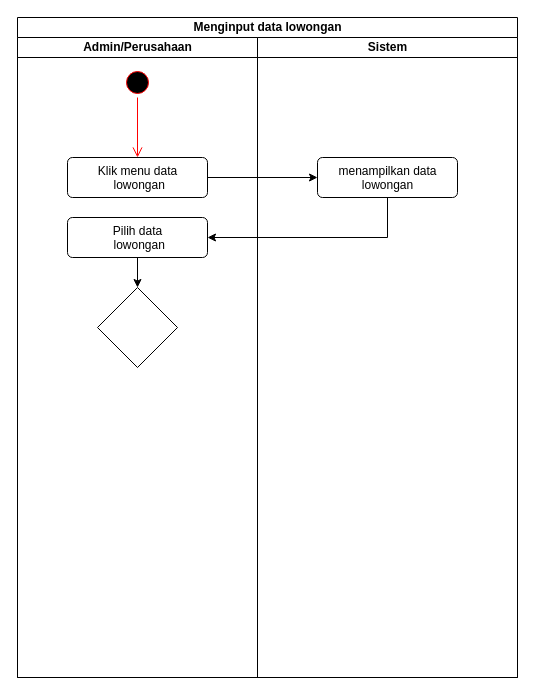
This is Untitled Diagram.drawio from rusdianto05/dianrusdianto.github.io, a draw.io file, before an edit. Source tidied: cells renumbered, new cells numbered last; positions are measured from the earlier drawing's top-left corner, leaving out a move shared by most shapes. Both pictures are drawn from the tidied source at 100%, with x=0, y=0 at pixel (17, 17).
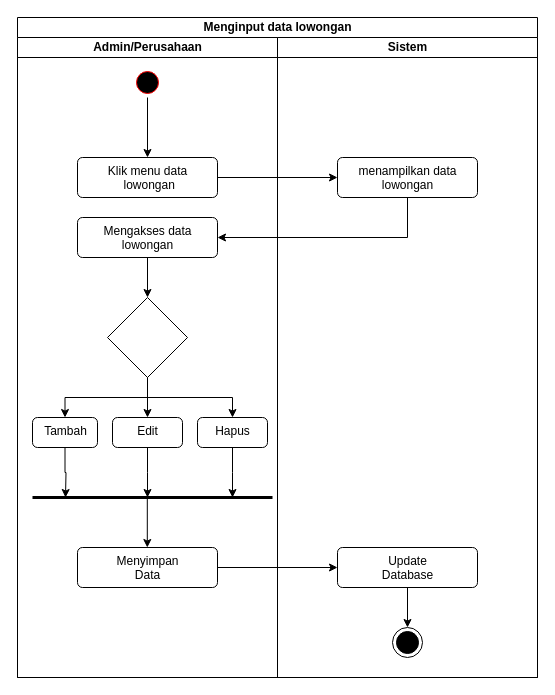
The same diagram, later.

Commit message:
Activity Diagram Lowongan

Unchanged cells that the change refers to:
```xml
<mxCell id="11" value="menampilkan data&lt;br&gt;lowongan" style="html=1;align=center;verticalAlign=top;rounded=1;absoluteArcSize=1;arcSize=10;dashed=0;" parent="10" vertex="1">
  <mxGeometry x="60" y="120" width="140" height="40" as="geometry" />
</mxCell>
```

Change to the diagram source:
```diff
@@
     <mxCell id="2" value="Menginput data lowongan" style="swimlane;startSize=20;html=1;" parent="1" vertex="1">
-      <mxGeometry width="500" height="660" as="geometry" />
+      <mxGeometry width="520" height="660" as="geometry" />
     </mxCell>
+    <mxCell id="12" style="edgeStyle=orthogonalEdgeStyle;rounded=0;jettySize=auto;html=1;exitX=1;exitY=0.5;exitDx=0;exitDy=0;entryX=0;entryY=0.5;entryDx=0;entryDy=0;" parent="2" edge="1" source="6" target="11">
+      <mxGeometry relative="1" as="geometry" />
+    </mxCell>
+    <mxCell id="13" style="edgeStyle=orthogonalEdgeStyle;rounded=0;jettySize=auto;html=1;exitX=0.5;exitY=1;exitDx=0;exitDy=0;entryX=1;entryY=0.5;entryDx=0;entryDy=0;" parent="2" edge="1" source="11" target="8">
+      <mxGeometry relative="1" as="geometry" />
+    </mxCell>
     <mxCell id="3" value="Admin/Perusahaan" style="swimlane;startSize=20;html=1;" parent="2" vertex="1">
-      <mxGeometry y="20" width="240" height="640" as="geometry" />
+      <mxGeometry y="20" width="260" height="640" as="geometry" />
     </mxCell>
+    <mxCell id="5" style="edgeStyle=orthogonalEdgeStyle;rounded=0;jettySize=auto;html=1;" parent="3" edge="1" source="4" target="6">
+      <mxGeometry relative="1" as="geometry" />
+    </mxCell>
     <mxCell id="4" style="ellipse;html=1;shape=startState;fillColor=#000000;strokeColor=#ff0000;" parent="3" vertex="1">
-      <mxGeometry x="105" y="30" width="30" height="30" as="geometry" />
+      <mxGeometry x="115" y="30" width="30" height="30" as="geometry" />
     </mxCell>
-    <mxCell id="5" style="edgeStyle=orthogonalEdgeStyle;html=1;verticalAlign=bottom;endArrow=open;endSize=8;strokeColor=#ff0000;rounded=0;entryX=0.5;entryY=0;entryDx=0;entryDy=0;" parent="3" edge="1" source="4" target="6">
-      <mxGeometry relative="1" as="geometry">
-        <Array as="points">
-          <mxPoint x="120" y="121" />
-        </Array>
-      </mxGeometry>
-    </mxCell>
     <mxCell id="6" value="Klik menu data&lt;br&gt;&amp;nbsp;lowongan" style="html=1;align=center;verticalAlign=top;rounded=1;absoluteArcSize=1;arcSize=10;dashed=0;" parent="3" vertex="1">
-      <mxGeometry x="50" y="120" width="140" height="40" as="geometry" />
+      <mxGeometry x="60" y="120" width="140" height="40" as="geometry" />
     </mxCell>
@@
-    <mxCell id="8" value="Pilih data&lt;br&gt;&amp;nbsp;lowongan" style="html=1;align=center;verticalAlign=top;rounded=1;absoluteArcSize=1;arcSize=10;dashed=0;" parent="3" vertex="1">
-      <mxGeometry x="50" y="180" width="140" height="40" as="geometry" />
+    <mxCell id="8" value="Mengakses data&lt;br&gt;lowongan" style="html=1;align=center;verticalAlign=top;rounded=1;absoluteArcSize=1;arcSize=10;dashed=0;" parent="3" vertex="1">
+      <mxGeometry x="60" y="180" width="140" height="40" as="geometry" />
     </mxCell>
+    <mxCell id="14" style="edgeStyle=orthogonalEdgeStyle;rounded=0;jettySize=auto;html=1;exitX=0.5;exitY=1;exitDx=0;exitDy=0;entryX=0.5;entryY=0;entryDx=0;entryDy=0;" parent="3" edge="1" source="9" target="18">
+      <mxGeometry relative="1" as="geometry" />
+    </mxCell>
+    <mxCell id="15" style="edgeStyle=orthogonalEdgeStyle;rounded=0;jettySize=auto;html=1;exitX=0.5;exitY=1;exitDx=0;exitDy=0;entryX=0.5;entryY=0;entryDx=0;entryDy=0;" parent="3" edge="1" source="9" target="17">
+      <mxGeometry relative="1" as="geometry" />
+    </mxCell>
+    <mxCell id="16" style="edgeStyle=orthogonalEdgeStyle;rounded=0;jettySize=auto;html=1;exitX=0.5;exitY=1;exitDx=0;exitDy=0;entryX=0.5;entryY=0;entryDx=0;entryDy=0;" parent="3" edge="1" source="9" target="19">
+      <mxGeometry relative="1" as="geometry" />
+    </mxCell>
     <mxCell id="9" style="rhombus;whiteSpace=wrap;html=1;" parent="3" vertex="1">
-      <mxGeometry x="80" y="250" width="80" height="80" as="geometry" />
+      <mxGeometry x="90" y="260" width="80" height="80" as="geometry" />
     </mxCell>
+    <mxCell id="17" value="Tambah" style="html=1;align=center;verticalAlign=top;rounded=1;absoluteArcSize=1;arcSize=10;dashed=0;" parent="3" vertex="1">
+      <mxGeometry x="15" y="380" width="65" height="30" as="geometry" />
+    </mxCell>
+    <mxCell id="18" value="Edit" style="html=1;align=center;verticalAlign=top;rounded=1;absoluteArcSize=1;arcSize=10;dashed=0;" parent="3" vertex="1">
+      <mxGeometry x="95" y="380" width="70" height="30" as="geometry" />
+    </mxCell>
+    <mxCell id="19" value="Hapus" style="html=1;align=center;verticalAlign=top;rounded=1;absoluteArcSize=1;arcSize=10;dashed=0;" parent="3" vertex="1">
+      <mxGeometry x="180" y="380" width="70" height="30" as="geometry" />
+    </mxCell>
+    <mxCell id="20" style="endArrow=none;startArrow=none;endFill=0;startFill=0;html=1;verticalAlign=bottom;labelBackgroundColor=none;strokeWidth=3;rounded=0;" parent="3" edge="1">
+      <mxGeometry relative="1" as="geometry">
+        <mxPoint x="15" y="460" as="sourcePoint" />
+        <mxPoint x="255" y="460" as="targetPoint" />
+      </mxGeometry>
+    </mxCell>
+    <mxCell id="21" value="Menyimpan&lt;br&gt;Data" style="html=1;align=center;verticalAlign=top;rounded=1;absoluteArcSize=1;arcSize=10;dashed=0;" parent="3" vertex="1">
+      <mxGeometry x="60" y="510" width="140" height="40" as="geometry" />
+    </mxCell>
+    <mxCell id="22" style="edgeStyle=orthogonalEdgeStyle;rounded=0;orthogonalLoop=1;jettySize=auto;html=1;exitX=0.5;exitY=1;exitDx=0;exitDy=0;" parent="3" edge="1">
+      <mxGeometry relative="1" as="geometry">
+        <mxPoint x="129.8" y="460" as="sourcePoint" />
+        <mxPoint x="129.8" y="510" as="targetPoint" />
+      </mxGeometry>
+    </mxCell>
     <mxCell id="10" value="Sistem" style="swimlane;startSize=20;html=1;" parent="2" vertex="1">
-      <mxGeometry x="240" y="20" width="260" height="640" as="geometry" />
+      <mxGeometry x="260" y="20" width="260" height="640" as="geometry" />
     </mxCell>
@@
-    <mxCell id="12" style="edgeStyle=orthogonalEdgeStyle;rounded=0;jettySize=auto;html=1;exitX=1;exitY=0.5;exitDx=0;exitDy=0;entryX=0;entryY=0.5;entryDx=0;entryDy=0;" parent="2" edge="1" source="6" target="11">
-      <mxGeometry relative="1" as="geometry" />
-    </mxCell>
-    <mxCell id="13" style="edgeStyle=orthogonalEdgeStyle;rounded=0;jettySize=auto;html=1;exitX=0.5;exitY=1;exitDx=0;exitDy=0;entryX=1;entryY=0.5;entryDx=0;entryDy=0;" parent="2" edge="1" source="11" target="8">
-      <mxGeometry relative="1" as="geometry" />
-    </mxCell>
+    <mxCell id="23" style="edgeStyle=orthogonalEdgeStyle;rounded=0;jettySize=auto;html=1;exitX=0.5;exitY=1;exitDx=0;exitDy=0;entryX=0.5;entryY=0;entryDx=0;entryDy=0;" parent="10" edge="1" source="24" target="25">
+      <mxGeometry relative="1" as="geometry" />
+    </mxCell>
+    <mxCell id="24" value="Update&lt;br&gt;Database" style="html=1;align=center;verticalAlign=top;rounded=1;absoluteArcSize=1;arcSize=10;dashed=0;" parent="10" vertex="1">
+      <mxGeometry x="60" y="510" width="140" height="40" as="geometry" />
+    </mxCell>
+    <mxCell id="25" style="ellipse;html=1;shape=endState;fillColor=strokeColor;" parent="10" vertex="1">
+      <mxGeometry x="115" y="590" width="30" height="30" as="geometry" />
+    </mxCell>
+    <mxCell id="26" style="edgeStyle=orthogonalEdgeStyle;rounded=0;jettySize=auto;html=1;exitX=1;exitY=0.5;exitDx=0;exitDy=0;entryX=0;entryY=0.5;entryDx=0;entryDy=0;" parent="2" edge="1" source="21" target="24">
+      <mxGeometry relative="1" as="geometry" />
+    </mxCell>
+    <mxCell id="27" style="edgeStyle=orthogonalEdgeStyle;rounded=0;jettySize=auto;html=1;exitX=0.5;exitY=1;exitDx=0;exitDy=0;" parent="1" edge="1" source="17">
+      <mxGeometry relative="1" as="geometry">
+        <mxPoint x="48" y="480" as="targetPoint" />
+      </mxGeometry>
+    </mxCell>
+    <mxCell id="28" style="edgeStyle=orthogonalEdgeStyle;rounded=0;jettySize=auto;html=1;exitX=0.5;exitY=1;exitDx=0;exitDy=0;" parent="1" edge="1" source="18">
+      <mxGeometry relative="1" as="geometry">
+        <mxPoint x="130" y="480" as="targetPoint" />
+      </mxGeometry>
+    </mxCell>
+    <mxCell id="29" style="edgeStyle=orthogonalEdgeStyle;rounded=0;jettySize=auto;html=1;exitX=0.5;exitY=1;exitDx=0;exitDy=0;" parent="1" edge="1" source="19">
+      <mxGeometry relative="1" as="geometry">
+        <mxPoint x="215" y="480" as="targetPoint" />
+      </mxGeometry>
+    </mxCell>
```
